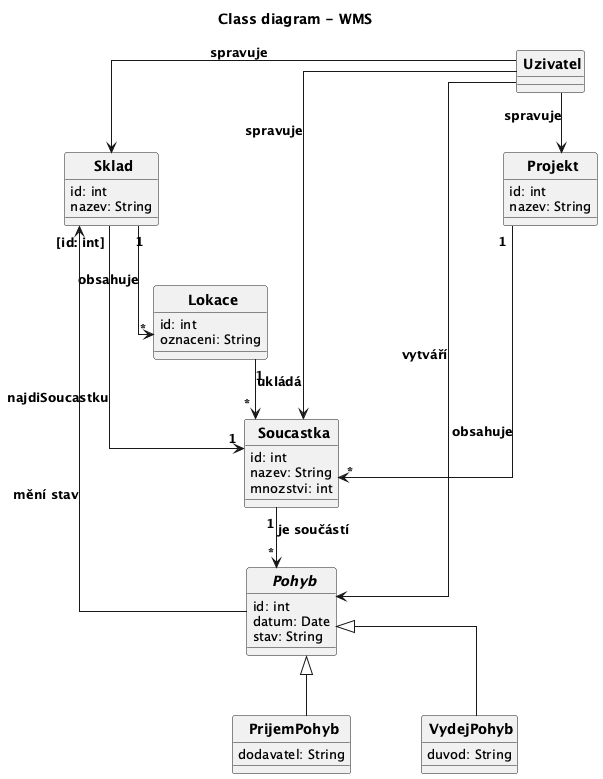
The PlantUML diagram docs/images/02_class_diagram.png in lkvapil/wms-elektronicke-soucastky, before a commit.
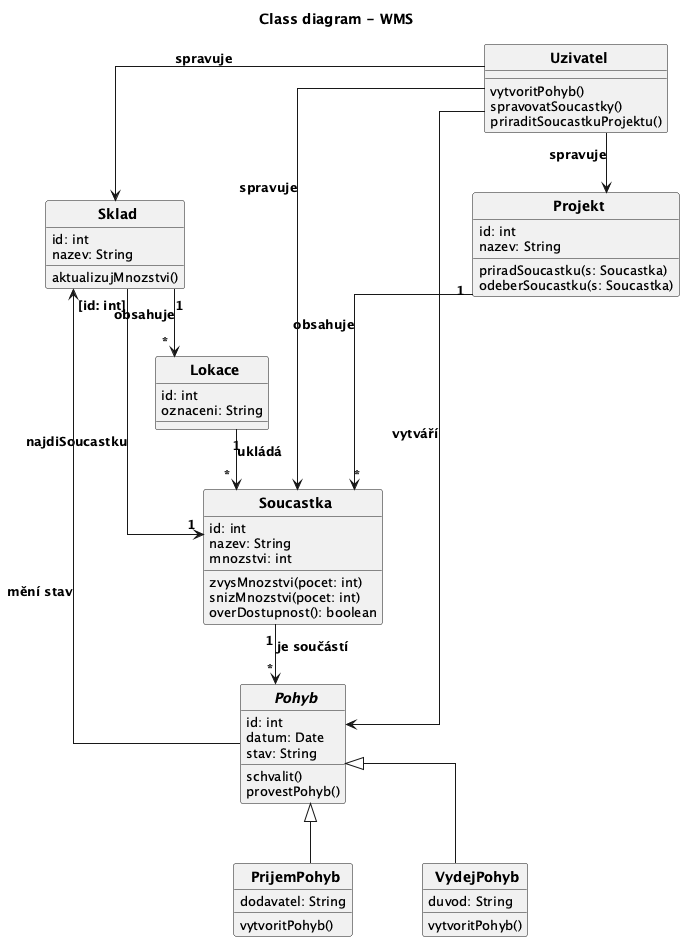
The same diagram one commit later.

Commit message:
revert: vraceni metod do class diagramu

What changed in the source:
```diff
@@ -13,36 +13,49 @@
 skinparam ranksep 60
 
 class Uzivatel {
+  vytvoritPohyb()
+  spravovatSoucastky()
+  priraditSoucastkuProjektu()
 }
 
 class Projekt {
   id: int
   nazev: String
+  priradSoucastku(s: Soucastka)
+  odeberSoucastku(s: Soucastka)
 }
 
 class Soucastka {
   id: int
   nazev: String
   mnozstvi: int
+  zvysMnozstvi(pocet: int)
+  snizMnozstvi(pocet: int)
+  overDostupnost(): boolean
 }
 
 abstract class Pohyb {
   id: int
   datum: Date
   stav: String
+  schvalit()
+  provestPohyb()
 }
 
 class PrijemPohyb {
   dodavatel: String
+  vytvoritPohyb()
 }
 
 class VydejPohyb {
   duvod: String
+  vytvoritPohyb()
 }
 
 class Sklad {
   id: int
   nazev: String
+  aktualizujMnozstvi()
 }
 
 class Lokace {
```
